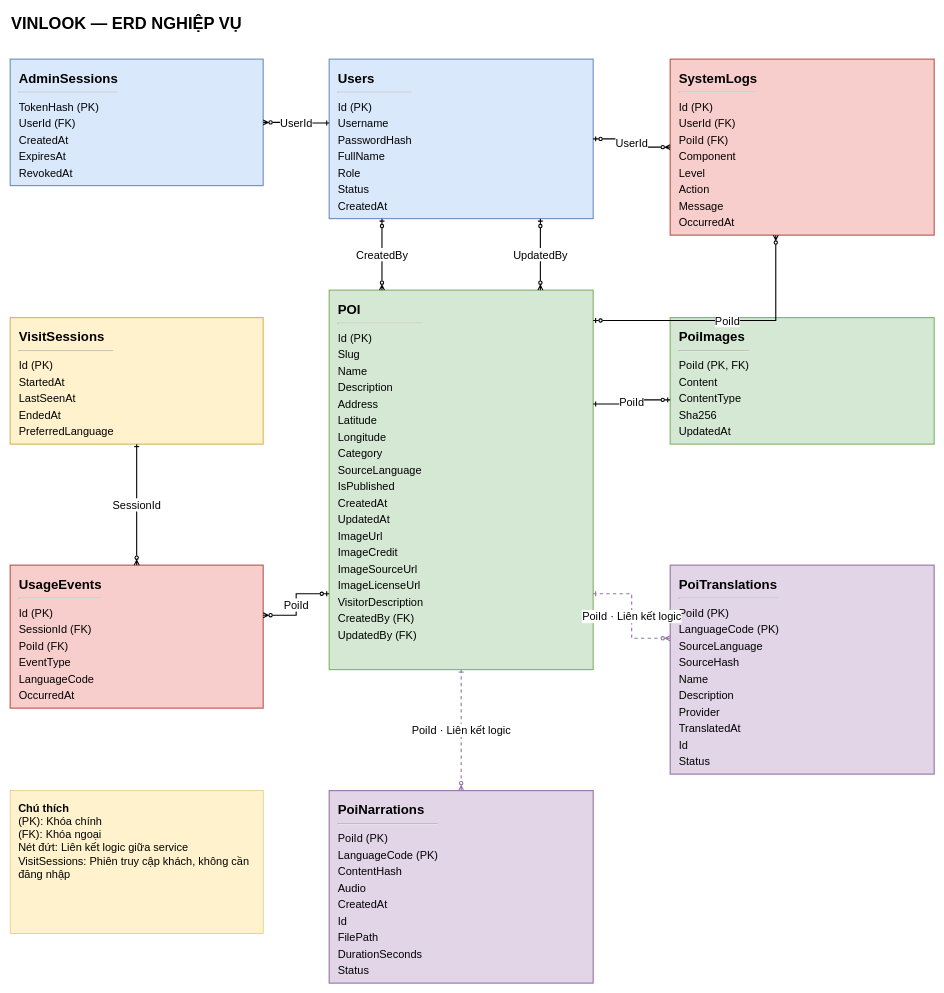
This is docs/erd-business.drawio from Dihoccode1/Vinlook, a draw.io file, before an edit. Source tidied: cells renumbered, new cells numbered last; positions are measured from the earlier drawing's top-left corner, leaving out a move shared by most shapes. Both pictures are drawn from the tidied source at 55%, with x=0, y=0 at pixel (10, 9).
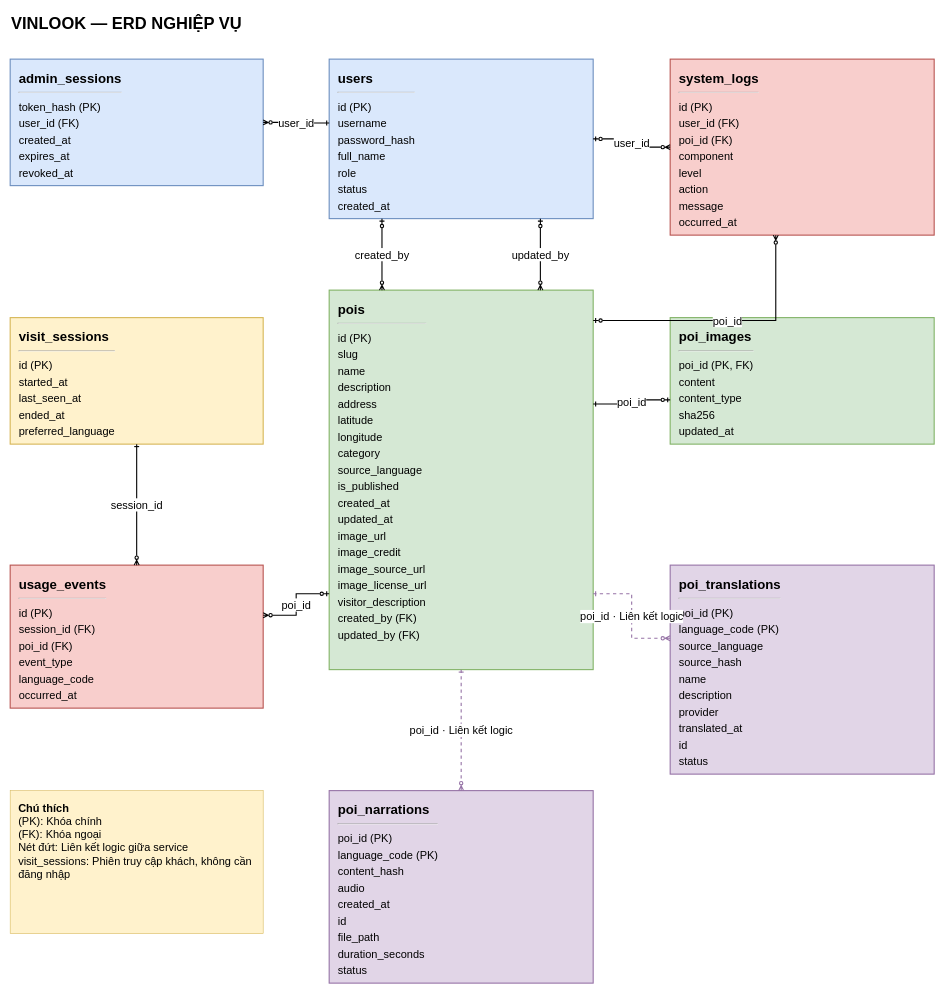
Above is the later version.

The edit, as a diff of the source:
```diff
@@
-    <mxCell id="3" value="&lt;b style=&quot;font-size:24px&quot;&gt;Users&lt;/b&gt;&lt;hr/&gt;&lt;div style=&quot;line-height:30px&quot;&gt;Id (PK)&lt;br/&gt;Username&lt;br/&gt;PasswordHash&lt;br/&gt;FullName&lt;br/&gt;Role&lt;br/&gt;Status&lt;br/&gt;CreatedAt&lt;/div&gt;" style="rounded=0;whiteSpace=wrap;html=1;align=left;verticalAlign=top;spacing=16;fontFamily=Arial;fontSize=20;fillColor=#dae8fc;strokeColor=#6c8ebf;strokeWidth=2;" parent="1" vertex="1">
+    <mxCell id="3" value="&lt;b style=&quot;font-size:24px&quot;&gt;users&lt;/b&gt;&lt;hr/&gt;&lt;div style=&quot;line-height:30px&quot;&gt;id (PK)&lt;br/&gt;username&lt;br/&gt;password_hash&lt;br/&gt;full_name&lt;br/&gt;role&lt;br/&gt;status&lt;br/&gt;created_at&lt;/div&gt;" style="rounded=0;whiteSpace=wrap;html=1;align=left;verticalAlign=top;spacing=16;fontFamily=Arial;fontSize=20;fillColor=#dae8fc;strokeColor=#6c8ebf;strokeWidth=2;" parent="1" vertex="1">
       <mxGeometry x="580" y="90" width="480" height="290" as="geometry" />
     </mxCell>
-    <mxCell id="4" value="&lt;b style=&quot;font-size:24px&quot;&gt;AdminSessions&lt;/b&gt;&lt;hr/&gt;&lt;div style=&quot;line-height:30px&quot;&gt;TokenHash (PK)&lt;br/&gt;UserId (FK)&lt;br/&gt;CreatedAt&lt;br/&gt;ExpiresAt&lt;br/&gt;RevokedAt&lt;/div&gt;" style="rounded=0;whiteSpace=wrap;html=1;align=left;verticalAlign=top;spacing=16;fontFamily=Arial;fontSize=20;fillColor=#dae8fc;strokeColor=#6c8ebf;strokeWidth=2;" parent="1" vertex="1">
+    <mxCell id="4" value="&lt;b style=&quot;font-size:24px&quot;&gt;admin_sessions&lt;/b&gt;&lt;hr/&gt;&lt;div style=&quot;line-height:30px&quot;&gt;token_hash (PK)&lt;br/&gt;user_id (FK)&lt;br/&gt;created_at&lt;br/&gt;expires_at&lt;br/&gt;revoked_at&lt;/div&gt;" style="rounded=0;whiteSpace=wrap;html=1;align=left;verticalAlign=top;spacing=16;fontFamily=Arial;fontSize=20;fillColor=#dae8fc;strokeColor=#6c8ebf;strokeWidth=2;" parent="1" vertex="1">
       <mxGeometry y="90" width="460" height="230" as="geometry" />
     </mxCell>
-    <mxCell id="5" value="&lt;b style=&quot;font-size:24px&quot;&gt;POI&lt;/b&gt;&lt;hr/&gt;&lt;div style=&quot;line-height:30px&quot;&gt;Id (PK)&lt;br/&gt;Slug&lt;br/&gt;Name&lt;br/&gt;Description&lt;br/&gt;Address&lt;br/&gt;Latitude&lt;br/&gt;Longitude&lt;br/&gt;Category&lt;br/&gt;SourceLanguage&lt;br/&gt;IsPublished&lt;br/&gt;CreatedAt&lt;br/&gt;UpdatedAt&lt;br/&gt;ImageUrl&lt;br/&gt;ImageCredit&lt;br/&gt;ImageSourceUrl&lt;br/&gt;ImageLicenseUrl&lt;br/&gt;VisitorDescription&lt;br/&gt;CreatedBy (FK)&lt;br/&gt;UpdatedBy (FK)&lt;/div&gt;" style="rounded=0;whiteSpace=wrap;html=1;align=left;verticalAlign=top;spacing=16;fontFamily=Arial;fontSize=20;fillColor=#d5e8d4;strokeColor=#82b366;strokeWidth=2;" parent="1" vertex="1">
+    <mxCell id="5" value="&lt;b style=&quot;font-size:24px&quot;&gt;pois&lt;/b&gt;&lt;hr/&gt;&lt;div style=&quot;line-height:30px&quot;&gt;id (PK)&lt;br/&gt;slug&lt;br/&gt;name&lt;br/&gt;description&lt;br/&gt;address&lt;br/&gt;latitude&lt;br/&gt;longitude&lt;br/&gt;category&lt;br/&gt;source_language&lt;br/&gt;is_published&lt;br/&gt;created_at&lt;br/&gt;updated_at&lt;br/&gt;image_url&lt;br/&gt;image_credit&lt;br/&gt;image_source_url&lt;br/&gt;image_license_url&lt;br/&gt;visitor_description&lt;br/&gt;created_by (FK)&lt;br/&gt;updated_by (FK)&lt;/div&gt;" style="rounded=0;whiteSpace=wrap;html=1;align=left;verticalAlign=top;spacing=16;fontFamily=Arial;fontSize=20;fillColor=#d5e8d4;strokeColor=#82b366;strokeWidth=2;" parent="1" vertex="1">
       <mxGeometry x="580" y="510" width="480" height="690" as="geometry" />
     </mxCell>
-    <mxCell id="6" value="&lt;b style=&quot;font-size:24px&quot;&gt;VisitSessions&lt;/b&gt;&lt;hr/&gt;&lt;div style=&quot;line-height:30px&quot;&gt;Id (PK)&lt;br/&gt;StartedAt&lt;br/&gt;LastSeenAt&lt;br/&gt;EndedAt&lt;br/&gt;PreferredLanguage&lt;/div&gt;" style="rounded=0;whiteSpace=wrap;html=1;align=left;verticalAlign=top;spacing=16;fontFamily=Arial;fontSize=20;fillColor=#fff2cc;strokeColor=#d6b656;strokeWidth=2;" parent="1" vertex="1">
+    <mxCell id="6" value="&lt;b style=&quot;font-size:24px&quot;&gt;visit_sessions&lt;/b&gt;&lt;hr/&gt;&lt;div style=&quot;line-height:30px&quot;&gt;id (PK)&lt;br/&gt;started_at&lt;br/&gt;last_seen_at&lt;br/&gt;ended_at&lt;br/&gt;preferred_language&lt;/div&gt;" style="rounded=0;whiteSpace=wrap;html=1;align=left;verticalAlign=top;spacing=16;fontFamily=Arial;fontSize=20;fillColor=#fff2cc;strokeColor=#d6b656;strokeWidth=2;" parent="1" vertex="1">
       <mxGeometry y="560" width="460" height="230" as="geometry" />
     </mxCell>
-    <mxCell id="7" value="&lt;b style=&quot;font-size:24px&quot;&gt;UsageEvents&lt;/b&gt;&lt;hr/&gt;&lt;div style=&quot;line-height:30px&quot;&gt;Id (PK)&lt;br/&gt;SessionId (FK)&lt;br/&gt;PoiId (FK)&lt;br/&gt;EventType&lt;br/&gt;LanguageCode&lt;br/&gt;OccurredAt&lt;/div&gt;" style="rounded=0;whiteSpace=wrap;html=1;align=left;verticalAlign=top;spacing=16;fontFamily=Arial;fontSize=20;fillColor=#f8cecc;strokeColor=#b85450;strokeWidth=2;" parent="1" vertex="1">
+    <mxCell id="7" value="&lt;b style=&quot;font-size:24px&quot;&gt;usage_events&lt;/b&gt;&lt;hr/&gt;&lt;div style=&quot;line-height:30px&quot;&gt;id (PK)&lt;br/&gt;session_id (FK)&lt;br/&gt;poi_id (FK)&lt;br/&gt;event_type&lt;br/&gt;language_code&lt;br/&gt;occurred_at&lt;/div&gt;" style="rounded=0;whiteSpace=wrap;html=1;align=left;verticalAlign=top;spacing=16;fontFamily=Arial;fontSize=20;fillColor=#f8cecc;strokeColor=#b85450;strokeWidth=2;" parent="1" vertex="1">
       <mxGeometry y="1010" width="460" height="260" as="geometry" />
     </mxCell>
-    <mxCell id="8" value="&lt;b style=&quot;font-size:24px&quot;&gt;SystemLogs&lt;/b&gt;&lt;hr/&gt;&lt;div style=&quot;line-height:30px&quot;&gt;Id (PK)&lt;br/&gt;UserId (FK)&lt;br/&gt;PoiId (FK)&lt;br/&gt;Component&lt;br/&gt;Level&lt;br/&gt;Action&lt;br/&gt;Message&lt;br/&gt;OccurredAt&lt;/div&gt;" style="rounded=0;whiteSpace=wrap;html=1;align=left;verticalAlign=top;spacing=16;fontFamily=Arial;fontSize=20;fillColor=#f8cecc;strokeColor=#b85450;strokeWidth=2;" parent="1" vertex="1">
+    <mxCell id="8" value="&lt;b style=&quot;font-size:24px&quot;&gt;system_logs&lt;/b&gt;&lt;hr/&gt;&lt;div style=&quot;line-height:30px&quot;&gt;id (PK)&lt;br/&gt;user_id (FK)&lt;br/&gt;poi_id (FK)&lt;br/&gt;component&lt;br/&gt;level&lt;br/&gt;action&lt;br/&gt;message&lt;br/&gt;occurred_at&lt;/div&gt;" style="rounded=0;whiteSpace=wrap;html=1;align=left;verticalAlign=top;spacing=16;fontFamily=Arial;fontSize=20;fillColor=#f8cecc;strokeColor=#b85450;strokeWidth=2;" parent="1" vertex="1">
       <mxGeometry x="1200" y="90" width="480" height="320" as="geometry" />
     </mxCell>
-    <mxCell id="9" value="&lt;b style=&quot;font-size:24px&quot;&gt;PoiImages&lt;/b&gt;&lt;hr/&gt;&lt;div style=&quot;line-height:30px&quot;&gt;PoiId (PK, FK)&lt;br/&gt;Content&lt;br/&gt;ContentType&lt;br/&gt;Sha256&lt;br/&gt;UpdatedAt&lt;/div&gt;" style="rounded=0;whiteSpace=wrap;html=1;align=left;verticalAlign=top;spacing=16;fontFamily=Arial;fontSize=20;fillColor=#d5e8d4;strokeColor=#82b366;strokeWidth=2;" parent="1" vertex="1">
+    <mxCell id="9" value="&lt;b style=&quot;font-size:24px&quot;&gt;poi_images&lt;/b&gt;&lt;hr/&gt;&lt;div style=&quot;line-height:30px&quot;&gt;poi_id (PK, FK)&lt;br/&gt;content&lt;br/&gt;content_type&lt;br/&gt;sha256&lt;br/&gt;updated_at&lt;/div&gt;" style="rounded=0;whiteSpace=wrap;html=1;align=left;verticalAlign=top;spacing=16;fontFamily=Arial;fontSize=20;fillColor=#d5e8d4;strokeColor=#82b366;strokeWidth=2;" parent="1" vertex="1">
       <mxGeometry x="1200" y="560" width="480" height="230" as="geometry" />
     </mxCell>
-    <mxCell id="10" value="&lt;b style=&quot;font-size:24px&quot;&gt;PoiTranslations&lt;/b&gt;&lt;hr/&gt;&lt;div style=&quot;line-height:30px&quot;&gt;PoiId (PK)&lt;br/&gt;LanguageCode (PK)&lt;br/&gt;SourceLanguage&lt;br/&gt;SourceHash&lt;br/&gt;Name&lt;br/&gt;Description&lt;br/&gt;Provider&lt;br/&gt;TranslatedAt&lt;br/&gt;Id&lt;br/&gt;Status&lt;/div&gt;" style="rounded=0;whiteSpace=wrap;html=1;align=left;verticalAlign=top;spacing=16;fontFamily=Arial;fontSize=20;fillColor=#e1d5e7;strokeColor=#9673a6;strokeWidth=2;" parent="1" vertex="1">
+    <mxCell id="10" value="&lt;b style=&quot;font-size:24px&quot;&gt;poi_translations&lt;/b&gt;&lt;hr/&gt;&lt;div style=&quot;line-height:30px&quot;&gt;poi_id (PK)&lt;br/&gt;language_code (PK)&lt;br/&gt;source_language&lt;br/&gt;source_hash&lt;br/&gt;name&lt;br/&gt;description&lt;br/&gt;provider&lt;br/&gt;translated_at&lt;br/&gt;id&lt;br/&gt;status&lt;/div&gt;" style="rounded=0;whiteSpace=wrap;html=1;align=left;verticalAlign=top;spacing=16;fontFamily=Arial;fontSize=20;fillColor=#e1d5e7;strokeColor=#9673a6;strokeWidth=2;" parent="1" vertex="1">
       <mxGeometry x="1200" y="1010" width="480" height="380" as="geometry" />
     </mxCell>
-    <mxCell id="11" value="&lt;b style=&quot;font-size:24px&quot;&gt;PoiNarrations&lt;/b&gt;&lt;hr/&gt;&lt;div style=&quot;line-height:30px&quot;&gt;PoiId (PK)&lt;br/&gt;LanguageCode (PK)&lt;br/&gt;ContentHash&lt;br/&gt;Audio&lt;br/&gt;CreatedAt&lt;br/&gt;Id&lt;br/&gt;FilePath&lt;br/&gt;DurationSeconds&lt;br/&gt;Status&lt;/div&gt;" style="rounded=0;whiteSpace=wrap;html=1;align=left;verticalAlign=top;spacing=16;fontFamily=Arial;fontSize=20;fillColor=#e1d5e7;strokeColor=#9673a6;strokeWidth=2;" parent="1" vertex="1">
+    <mxCell id="11" value="&lt;b style=&quot;font-size:24px&quot;&gt;poi_narrations&lt;/b&gt;&lt;hr/&gt;&lt;div style=&quot;line-height:30px&quot;&gt;poi_id (PK)&lt;br/&gt;language_code (PK)&lt;br/&gt;content_hash&lt;br/&gt;audio&lt;br/&gt;created_at&lt;br/&gt;id&lt;br/&gt;file_path&lt;br/&gt;duration_seconds&lt;br/&gt;status&lt;/div&gt;" style="rounded=0;whiteSpace=wrap;html=1;align=left;verticalAlign=top;spacing=16;fontFamily=Arial;fontSize=20;fillColor=#e1d5e7;strokeColor=#9673a6;strokeWidth=2;" parent="1" vertex="1">
       <mxGeometry x="580" y="1420" width="480" height="350" as="geometry" />
     </mxCell>
-    <mxCell id="12" value="UserId" style="edgeStyle=orthogonalEdgeStyle;rounded=0;html=1;startArrow=ERone;endArrow=ERzeroToMany;startFill=0;endFill=0;strokeWidth=2;fontSize=20;labelBackgroundColor=#ffffff;exitX=0;exitY=0.4;entryX=1;entryY=0.5;" parent="1" edge="1" source="3" target="4">
+    <mxCell id="12" value="user_id" style="edgeStyle=orthogonalEdgeStyle;rounded=0;html=1;startArrow=ERone;endArrow=ERzeroToMany;startFill=0;endFill=0;strokeWidth=2;fontSize=20;labelBackgroundColor=#ffffff;exitX=0;exitY=0.4;entryX=1;entryY=0.5;" parent="1" edge="1" source="3" target="4">
       <mxGeometry relative="1" as="geometry" />
     </mxCell>
-    <mxCell id="13" value="CreatedBy" style="edgeStyle=orthogonalEdgeStyle;rounded=0;html=1;startArrow=ERzeroToOne;endArrow=ERzeroToMany;startFill=0;endFill=0;strokeWidth=2;fontSize=20;labelBackgroundColor=#ffffff;exitX=0.2;exitY=1;entryX=0.2;entryY=0;" parent="1" edge="1" source="3" target="5">
+    <mxCell id="13" value="created_by" style="edgeStyle=orthogonalEdgeStyle;rounded=0;html=1;startArrow=ERzeroToOne;endArrow=ERzeroToMany;startFill=0;endFill=0;strokeWidth=2;fontSize=20;labelBackgroundColor=#ffffff;exitX=0.2;exitY=1;entryX=0.2;entryY=0;" parent="1" edge="1" source="3" target="5">
       <mxGeometry relative="1" as="geometry" />
     </mxCell>
-    <mxCell id="14" value="UpdatedBy" style="edgeStyle=orthogonalEdgeStyle;rounded=0;html=1;startArrow=ERzeroToOne;endArrow=ERzeroToMany;startFill=0;endFill=0;strokeWidth=2;fontSize=20;labelBackgroundColor=#ffffff;exitX=0.8;exitY=1;entryX=0.8;entryY=0;" parent="1" edge="1" source="3" target="5">
+    <mxCell id="14" value="updated_by" style="edgeStyle=orthogonalEdgeStyle;rounded=0;html=1;startArrow=ERzeroToOne;endArrow=ERzeroToMany;startFill=0;endFill=0;strokeWidth=2;fontSize=20;labelBackgroundColor=#ffffff;exitX=0.8;exitY=1;entryX=0.8;entryY=0;" parent="1" edge="1" source="3" target="5">
       <mxGeometry relative="1" as="geometry" />
     </mxCell>
-    <mxCell id="15" value="UserId" style="edgeStyle=orthogonalEdgeStyle;rounded=0;html=1;startArrow=ERzeroToOne;endArrow=ERzeroToMany;startFill=0;endFill=0;strokeWidth=2;fontSize=20;labelBackgroundColor=#ffffff;exitX=1;exitY=0.5;entryX=0;entryY=0.5;" parent="1" edge="1" source="3" target="8">
+    <mxCell id="15" value="user_id" style="edgeStyle=orthogonalEdgeStyle;rounded=0;html=1;startArrow=ERzeroToOne;endArrow=ERzeroToMany;startFill=0;endFill=0;strokeWidth=2;fontSize=20;labelBackgroundColor=#ffffff;exitX=1;exitY=0.5;entryX=0;entryY=0.5;" parent="1" edge="1" source="3" target="8">
       <mxGeometry relative="1" as="geometry" />
     </mxCell>
-    <mxCell id="16" value="PoiId" style="edgeStyle=orthogonalEdgeStyle;rounded=0;html=1;startArrow=ERzeroToOne;endArrow=ERzeroToMany;startFill=0;endFill=0;strokeWidth=2;fontSize=20;labelBackgroundColor=#ffffff;exitX=1;exitY=0.08;entryX=0.4;entryY=1;" parent="1" edge="1" source="5" target="8">
+    <mxCell id="16" value="poi_id" style="edgeStyle=orthogonalEdgeStyle;rounded=0;html=1;startArrow=ERzeroToOne;endArrow=ERzeroToMany;startFill=0;endFill=0;strokeWidth=2;fontSize=20;labelBackgroundColor=#ffffff;exitX=1;exitY=0.08;entryX=0.4;entryY=1;" parent="1" edge="1" source="5" target="8">
       <mxGeometry relative="1" as="geometry" />
     </mxCell>
-    <mxCell id="17" value="PoiId" style="edgeStyle=orthogonalEdgeStyle;rounded=0;html=1;startArrow=ERone;endArrow=ERzeroToOne;startFill=0;endFill=0;strokeWidth=2;fontSize=20;labelBackgroundColor=#ffffff;exitX=1;exitY=0.3;entryX=0;entryY=0.65;" parent="1" edge="1" source="5" target="9">
+    <mxCell id="17" value="poi_id" style="edgeStyle=orthogonalEdgeStyle;rounded=0;html=1;startArrow=ERone;endArrow=ERzeroToOne;startFill=0;endFill=0;strokeWidth=2;fontSize=20;labelBackgroundColor=#ffffff;exitX=1;exitY=0.3;entryX=0;entryY=0.65;" parent="1" edge="1" source="5" target="9">
       <mxGeometry relative="1" as="geometry" />
     </mxCell>
-    <mxCell id="18" value="SessionId" style="edgeStyle=orthogonalEdgeStyle;rounded=0;html=1;startArrow=ERone;endArrow=ERzeroToMany;startFill=0;endFill=0;strokeWidth=2;fontSize=20;labelBackgroundColor=#ffffff;exitX=0.5;exitY=1;entryX=0.5;entryY=0;" parent="1" edge="1" source="6" target="7">
+    <mxCell id="18" value="session_id" style="edgeStyle=orthogonalEdgeStyle;rounded=0;html=1;startArrow=ERone;endArrow=ERzeroToMany;startFill=0;endFill=0;strokeWidth=2;fontSize=20;labelBackgroundColor=#ffffff;exitX=0.5;exitY=1;entryX=0.5;entryY=0;" parent="1" edge="1" source="6" target="7">
       <mxGeometry relative="1" as="geometry" />
     </mxCell>
-    <mxCell id="19" value="PoiId" style="edgeStyle=orthogonalEdgeStyle;rounded=0;html=1;startArrow=ERzeroToOne;endArrow=ERzeroToMany;startFill=0;endFill=0;strokeWidth=2;fontSize=20;labelBackgroundColor=#ffffff;exitX=0;exitY=0.8;entryX=1;entryY=0.35;" parent="1" edge="1" source="5" target="7">
+    <mxCell id="19" value="poi_id" style="edgeStyle=orthogonalEdgeStyle;rounded=0;html=1;startArrow=ERzeroToOne;endArrow=ERzeroToMany;startFill=0;endFill=0;strokeWidth=2;fontSize=20;labelBackgroundColor=#ffffff;exitX=0;exitY=0.8;entryX=1;entryY=0.35;" parent="1" edge="1" source="5" target="7">
       <mxGeometry relative="1" as="geometry" />
     </mxCell>
-    <mxCell id="20" value="PoiId · Liên kết logic" style="edgeStyle=orthogonalEdgeStyle;rounded=0;html=1;startArrow=ERone;endArrow=ERzeroToMany;startFill=0;endFill=0;strokeWidth=2;fontSize=20;labelBackgroundColor=#ffffff;exitX=1;exitY=0.8;entryX=0;entryY=0.35;dashed=1;strokeColor=#9673a6;" parent="1" edge="1" source="5" target="10">
+    <mxCell id="20" value="poi_id · Liên kết logic" style="edgeStyle=orthogonalEdgeStyle;rounded=0;html=1;startArrow=ERone;endArrow=ERzeroToMany;startFill=0;endFill=0;strokeWidth=2;fontSize=20;labelBackgroundColor=#ffffff;exitX=1;exitY=0.8;entryX=0;entryY=0.35;dashed=1;strokeColor=#9673a6;" parent="1" edge="1" source="5" target="10">
       <mxGeometry relative="1" as="geometry" />
     </mxCell>
-    <mxCell id="21" value="PoiId · Liên kết logic" style="edgeStyle=orthogonalEdgeStyle;rounded=0;html=1;startArrow=ERone;endArrow=ERzeroToMany;startFill=0;endFill=0;strokeWidth=2;fontSize=20;labelBackgroundColor=#ffffff;exitX=0.5;exitY=1;entryX=0.5;entryY=0;dashed=1;strokeColor=#9673a6;" parent="1" edge="1" source="5" target="11">
+    <mxCell id="21" value="poi_id · Liên kết logic" style="edgeStyle=orthogonalEdgeStyle;rounded=0;html=1;startArrow=ERone;endArrow=ERzeroToMany;startFill=0;endFill=0;strokeWidth=2;fontSize=20;labelBackgroundColor=#ffffff;exitX=0.5;exitY=1;entryX=0.5;entryY=0;dashed=1;strokeColor=#9673a6;" parent="1" edge="1" source="5" target="11">
       <mxGeometry relative="1" as="geometry" />
     </mxCell>
-    <mxCell id="22" value="&lt;b&gt;Chú thích&lt;/b&gt;&lt;br/&gt;(PK): Khóa chính&lt;br/&gt;(FK): Khóa ngoại&lt;br/&gt;Nét đứt: Liên kết logic giữa service&lt;br/&gt;VisitSessions: Phiên truy cập khách, không cần đăng nhập" style="rounded=0;whiteSpace=wrap;html=1;align=left;verticalAlign=top;spacing=15;fontSize=20;fillColor=#fff2cc;strokeColor=#d6b656;" parent="1" vertex="1">
+    <mxCell id="22" value="&lt;b&gt;Chú thích&lt;/b&gt;&lt;br/&gt;(PK): Khóa chính&lt;br/&gt;(FK): Khóa ngoại&lt;br/&gt;Nét đứt: Liên kết logic giữa service&lt;br/&gt;visit_sessions: Phiên truy cập khách, không cần đăng nhập" style="rounded=0;whiteSpace=wrap;html=1;align=left;verticalAlign=top;spacing=15;fontSize=20;fillColor=#fff2cc;strokeColor=#d6b656;" parent="1" vertex="1">
       <mxGeometry y="1420" width="460" height="260" as="geometry" />
     </mxCell>
```
